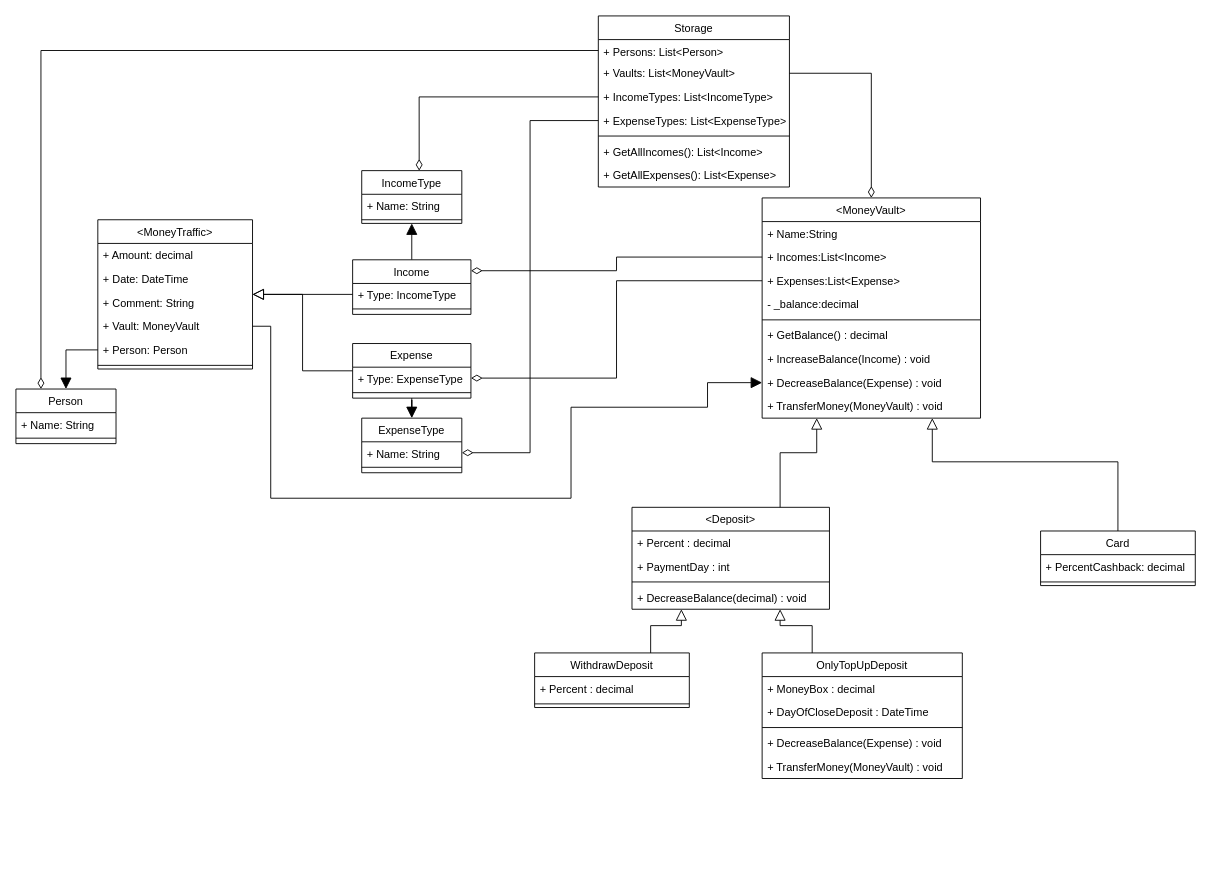
Above: MoneyHustler/UML Class model.drawio in Svyatopes/MoneyHustler (draw.io), before the change. Source tidied: cells renumbered, new cells numbered last; positions are measured from the earlier drawing's top-left corner, leaving out a move shared by most shapes. Both pictures are drawn from the tidied source at 91%, with x=0, y=0 at pixel (15, 15).
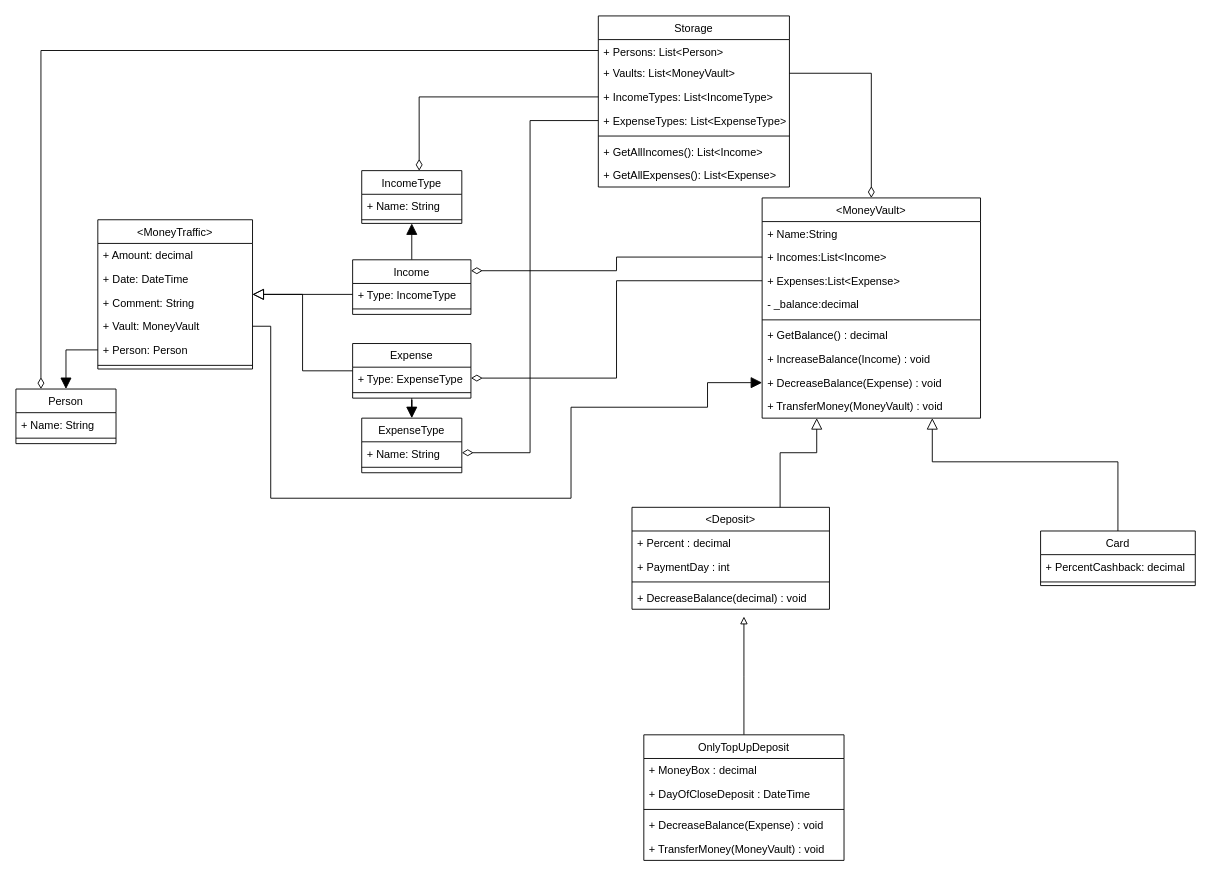
Above is the later version.

The change refers to these unchanged cells:
```xml
<mxCell id="15" value="&lt;Deposit&gt;" style="swimlane;fontStyle=0;align=center;verticalAlign=top;horizontal=1;startSize=26;rounded=0;shadow=0;strokeWidth=1;" parent="1" vertex="1">
  <mxGeometry x="677" y="540" width="217" height="112" as="geometry" />
</mxCell>
```

Change to the diagram source:
```diff
@@
-    <mxCell id="22" value="WithdrawDeposit" style="swimlane;fontStyle=0;align=center;verticalAlign=top;horizontal=1;startSize=26;rounded=0;shadow=0;strokeWidth=1;" parent="1" vertex="1">
-      <mxGeometry x="570" y="700" width="170" height="60" as="geometry" />
-    </mxCell>
-    <mxCell id="23" value="+ Percent : decimal" style="text;align=left;verticalAlign=top;spacingLeft=4;spacingRight=4;overflow=hidden;rounded=0;shadow=0;html=0;" parent="22" vertex="1">
-      <mxGeometry y="26" width="170" height="26" as="geometry" />
-    </mxCell>
-    <mxCell id="24" style="line;html=1;strokeWidth=1;align=left;verticalAlign=middle;spacingTop=-1;spacingLeft=3;spacingRight=3;labelPosition=right;" parent="22" vertex="1">
-      <mxGeometry y="52" width="170" height="8" as="geometry" />
-    </mxCell>
+    <mxCell id="75" style="edgeStyle=orthogonalEdgeStyle;rounded=0;jettySize=auto;html=1;exitX=0.5;exitY=0;exitDx=0;exitDy=0;endArrow=block;endFill=0;jumpSize=6;" parent="1" edge="1" source="25">
+      <mxGeometry relative="1" as="geometry">
+        <mxPoint x="800" y="660" as="targetPoint" />
+      </mxGeometry>
+    </mxCell>
     <mxCell id="25" value="OnlyTopUpDeposit" style="swimlane;fontStyle=0;align=center;verticalAlign=top;horizontal=1;startSize=26;rounded=0;shadow=0;strokeWidth=1;" parent="1" vertex="1">
-      <mxGeometry x="820" y="700" width="220" height="138" as="geometry" />
+      <mxGeometry x="690" y="790" width="220" height="138" as="geometry" />
     </mxCell>
@@
-    <mxCell id="31" style="endArrow=block;endSize=10;endFill=0;shadow=0;strokeWidth=1;rounded=0;edgeStyle=elbowEdgeStyle;elbow=vertical;exitX=0.75;exitY=0;exitDx=0;exitDy=0;entryX=0.25;entryY=1;entryDx=0;entryDy=0;" parent="1" edge="1" source="22" target="15">
-      <mxGeometry relative="1" as="geometry">
-        <Array as="points">
-          <mxPoint x="720" y="670" />
-          <mxPoint x="880" y="771" />
-        </Array>
-      </mxGeometry>
-    </mxCell>
-    <mxCell id="32" style="endArrow=block;endSize=10;endFill=0;shadow=0;strokeWidth=1;rounded=0;edgeStyle=elbowEdgeStyle;elbow=vertical;exitX=0.25;exitY=0;exitDx=0;exitDy=0;entryX=0.75;entryY=1;entryDx=0;entryDy=0;" parent="1" edge="1" source="25" target="15">
-      <mxGeometry relative="1" as="geometry">
-        <Array as="points">
-          <mxPoint x="860" y="670" />
-          <mxPoint x="770" y="740" />
-          <mxPoint x="900" y="611" />
-        </Array>
-      </mxGeometry>
-    </mxCell>
```
